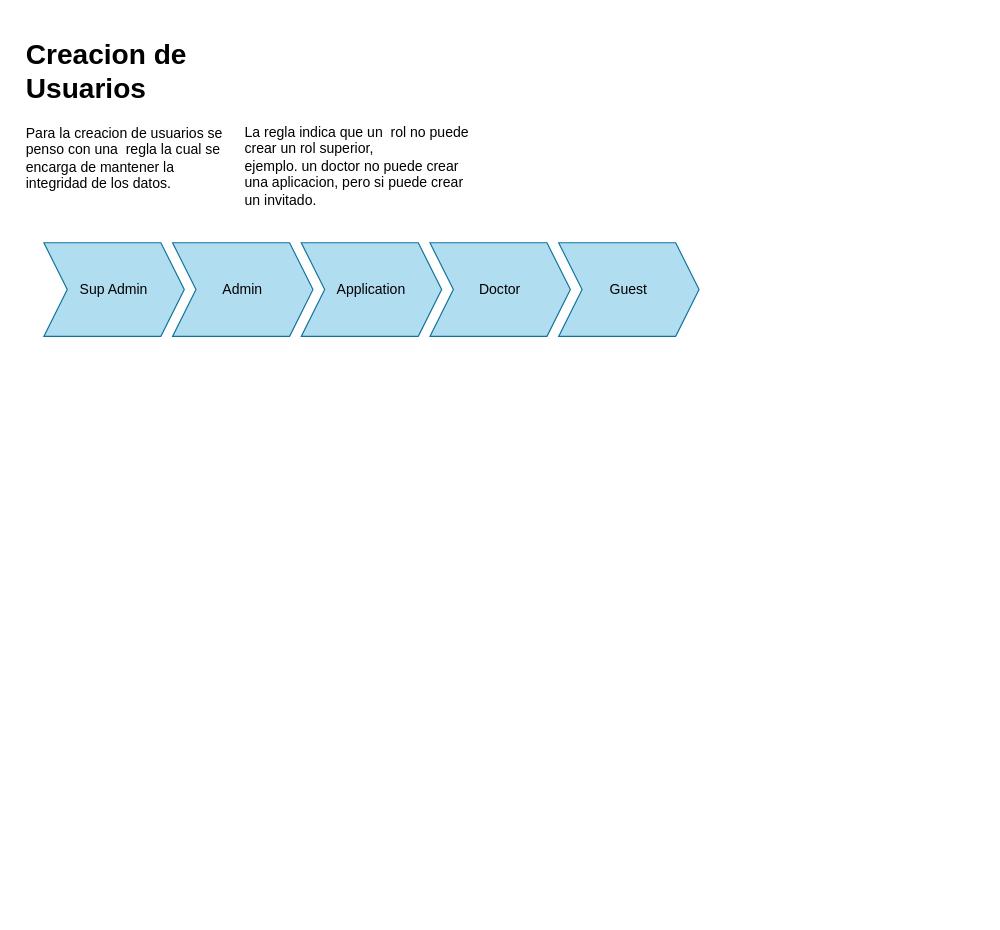
Earlier version of the draw.io diagram diagrama-roles.drawio (davinzifc/diagrams). Source tidied: cells renumbered, new cells numbered last; positions are measured from the earlier drawing's top-left corner, leaving out a move shared by most shapes. Both pictures are drawn from the tidied source at 117%, with x=0, y=0 at pixel (20, 32).
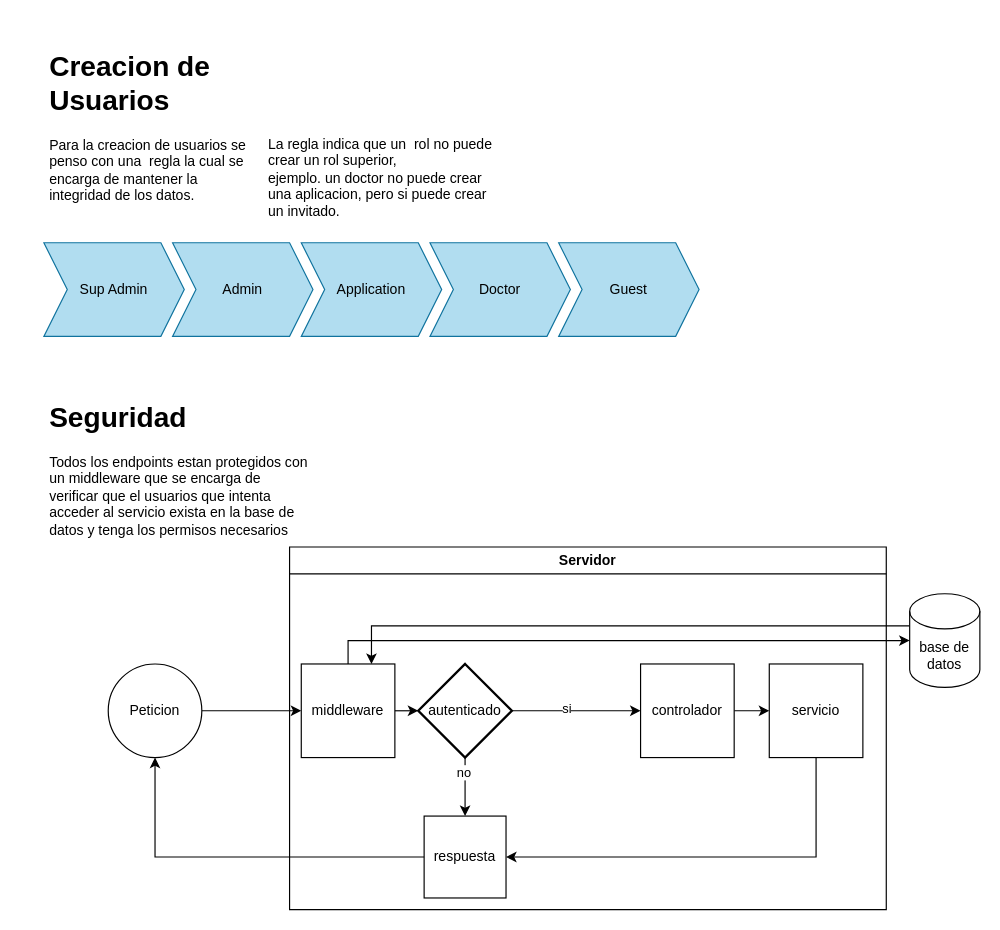
The same page after the edit.

Diff of the diagram source:
```diff
@@
     <mxCell id="2" value="&lt;h1 style=&quot;border-color: var(--border-color);&quot;&gt;Creacion de Usuarios&lt;/h1&gt;&lt;h1&gt;&lt;p style=&quot;border-color: var(--border-color); font-size: 12px; font-weight: 400;&quot;&gt;Para la creacion de usuarios se penso con una&amp;nbsp; regla la cual se encarga de mantener la integridad de los datos.&lt;/p&gt;&lt;/h1&gt;" style="text;html=1;strokeColor=none;fillColor=none;spacing=5;spacingTop=-20;whiteSpace=wrap;overflow=hidden;rounded=0;" parent="1" vertex="1">
-      <mxGeometry width="190" height="170" as="geometry" />
+      <mxGeometry x="20" y="10" width="190" height="170" as="geometry" />
     </mxCell>
     <mxCell id="3" value="La regla indica que un&amp;nbsp; rol no puede crear un rol superior,&amp;nbsp;&lt;br&gt;ejemplo. un doctor no puede crear una aplicacion, pero si puede crear un invitado." style="text;html=1;strokeColor=none;fillColor=none;align=left;verticalAlign=top;whiteSpace=wrap;rounded=0;" parent="1" vertex="1">
-      <mxGeometry x="190" y="72" width="200" height="130" as="geometry" />
+      <mxGeometry x="210" y="82" width="200" height="130" as="geometry" />
     </mxCell>
@@
+    <mxCell id="9" value="&lt;h1&gt;Seguridad&lt;/h1&gt;&lt;p&gt;Todos los endpoints estan protegidos con un middleware que se encarga de verificar que el usuarios que intenta acceder al servicio exista en la base de datos y tenga los permisos necesarios&lt;/p&gt;" style="text;html=1;strokeColor=none;fillColor=none;spacing=5;spacingTop=-20;whiteSpace=wrap;overflow=hidden;rounded=0;" parent="1" vertex="1">
+      <mxGeometry x="20" y="310" width="230" height="130" as="geometry" />
+    </mxCell>
+    <mxCell id="10" style="edgeStyle=orthogonalEdgeStyle;rounded=0;jettySize=auto;html=1;entryX=0;entryY=0.5;entryDx=0;entryDy=0;" parent="1" edge="1" source="11" target="14">
+      <mxGeometry relative="1" as="geometry" />
+    </mxCell>
+    <mxCell id="11" value="Peticion" style="ellipse;whiteSpace=wrap;html=1;" parent="1" vertex="1">
+      <mxGeometry x="75" y="540" width="80" height="80" as="geometry" />
+    </mxCell>
+    <mxCell id="12" value="Servidor" style="swimlane;whiteSpace=wrap;html=1;" parent="1" vertex="1">
+      <mxGeometry x="230" y="440" width="510" height="310" as="geometry" />
+    </mxCell>
+    <mxCell id="13" style="edgeStyle=orthogonalEdgeStyle;rounded=0;jettySize=auto;html=1;exitX=1;exitY=0.5;exitDx=0;exitDy=0;entryX=0;entryY=0.5;entryDx=0;entryDy=0;entryPerimeter=0;" parent="12" edge="1" source="14" target="23">
+      <mxGeometry relative="1" as="geometry" />
+    </mxCell>
+    <mxCell id="14" value="middleware" style="whiteSpace=wrap;html=1;" parent="12" vertex="1">
+      <mxGeometry x="10" y="100" width="80" height="80" as="geometry" />
+    </mxCell>
+    <mxCell id="15" style="edgeStyle=orthogonalEdgeStyle;rounded=0;jettySize=auto;html=1;entryX=0;entryY=0.5;entryDx=0;entryDy=0;" parent="12" edge="1" source="16" target="18">
+      <mxGeometry relative="1" as="geometry" />
+    </mxCell>
+    <mxCell id="16" value="controlador" style="whiteSpace=wrap;html=1;" parent="12" vertex="1">
+      <mxGeometry x="300" y="100" width="80" height="80" as="geometry" />
+    </mxCell>
+    <mxCell id="17" style="edgeStyle=orthogonalEdgeStyle;rounded=0;jettySize=auto;html=1;entryX=1;entryY=0.5;entryDx=0;entryDy=0;" parent="12" edge="1" source="18" target="24">
+      <mxGeometry relative="1" as="geometry">
+        <Array as="points">
+          <mxPoint x="450" y="265" />
+        </Array>
+      </mxGeometry>
+    </mxCell>
+    <mxCell id="18" value="servicio" style="whiteSpace=wrap;html=1;" parent="12" vertex="1">
+      <mxGeometry x="410" y="100" width="80" height="80" as="geometry" />
+    </mxCell>
+    <mxCell id="19" style="edgeStyle=orthogonalEdgeStyle;rounded=0;jettySize=auto;html=1;" parent="12" edge="1" source="23" target="16">
+      <mxGeometry relative="1" as="geometry" />
+    </mxCell>
+    <mxCell id="20" value="si" style="edgeLabel;html=1;align=center;verticalAlign=middle;" parent="19" vertex="1">
+      <mxGeometry x="-0.16" y="3" relative="1" as="geometry" />
+    </mxCell>
+    <mxCell id="21" style="edgeStyle=orthogonalEdgeStyle;rounded=0;jettySize=auto;html=1;exitX=0.5;exitY=1;exitDx=0;exitDy=0;exitPerimeter=0;entryX=0.5;entryY=0;entryDx=0;entryDy=0;" parent="12" edge="1" source="23" target="24">
+      <mxGeometry relative="1" as="geometry" />
+    </mxCell>
+    <mxCell id="22" value="no" style="edgeLabel;html=1;align=center;verticalAlign=middle;" parent="21" vertex="1">
+      <mxGeometry x="-0.52" y="-2" relative="1" as="geometry" />
+    </mxCell>
+    <mxCell id="23" value="autenticado" style="strokeWidth=2;html=1;shape=mxgraph.flowchart.decision;whiteSpace=wrap;" parent="12" vertex="1">
+      <mxGeometry x="110" y="100" width="80" height="80" as="geometry" />
+    </mxCell>
+    <mxCell id="24" value="respuesta" style="whiteSpace=wrap;html=1;" parent="12" vertex="1">
+      <mxGeometry x="115" y="230" width="70" height="70" as="geometry" />
+    </mxCell>
+    <mxCell id="25" style="edgeStyle=orthogonalEdgeStyle;rounded=0;jettySize=auto;html=1;" parent="1" edge="1" source="24" target="11">
+      <mxGeometry relative="1" as="geometry" />
+    </mxCell>
+    <mxCell id="26" style="edgeStyle=orthogonalEdgeStyle;rounded=0;jettySize=auto;html=1;exitX=0;exitY=0;exitDx=0;exitDy=27.5;exitPerimeter=0;entryX=0.75;entryY=0;entryDx=0;entryDy=0;" parent="1" edge="1" source="27" target="14">
+      <mxGeometry relative="1" as="geometry" />
+    </mxCell>
+    <mxCell id="27" value="base de datos" style="shape=cylinder3;whiteSpace=wrap;html=1;boundedLbl=1;backgroundOutline=1;size=15;" parent="1" vertex="1">
+      <mxGeometry x="760" y="480" width="60" height="80" as="geometry" />
+    </mxCell>
+    <mxCell id="28" style="edgeStyle=orthogonalEdgeStyle;rounded=0;jettySize=auto;html=1;" parent="1" edge="1" source="14" target="27">
+      <mxGeometry relative="1" as="geometry">
+        <Array as="points">
+          <mxPoint x="280" y="520" />
+        </Array>
+      </mxGeometry>
+    </mxCell>
```
